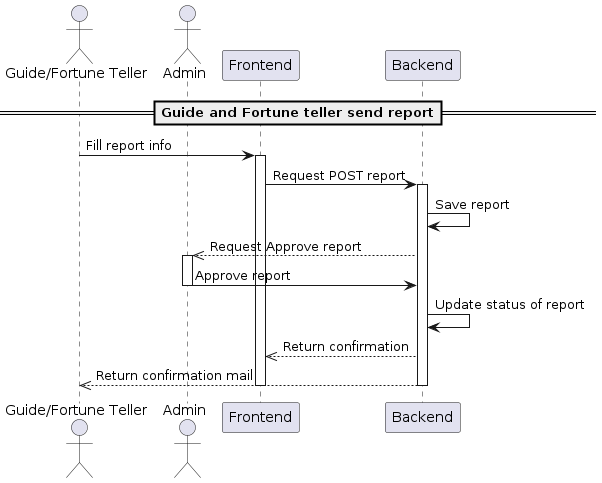
Nxwbtk/SA-Diagram keeps this PlantUML diagram as out/Sequence-diagram/Send-Report.png. Above is the earlier version.
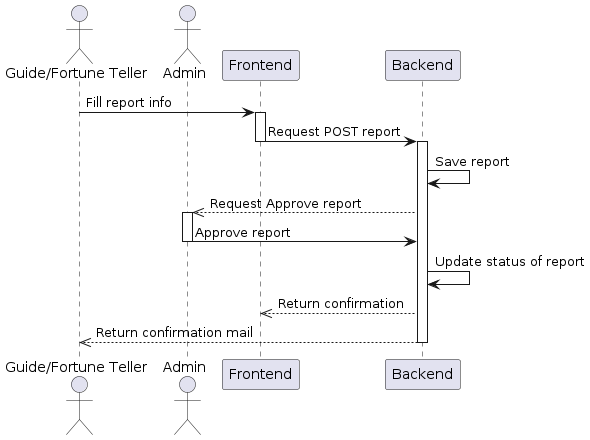
After the commit.

Diff of the diagram source:
```diff
@@ -1,5 +1,4 @@
 @startuml
-==Guide and Fortune teller send report==
 actor "Guide/Fortune Teller" as GF
 actor Admin
 participant "Frontend" as FE
@@ -7,6 +6,7 @@
 GF -> FE: Fill report info
 activate FE
 FE -> BE: Request POST report
+deactivate FE
 activate BE
 BE -> BE: Save report
 BE -->> Admin: Request Approve report
```
